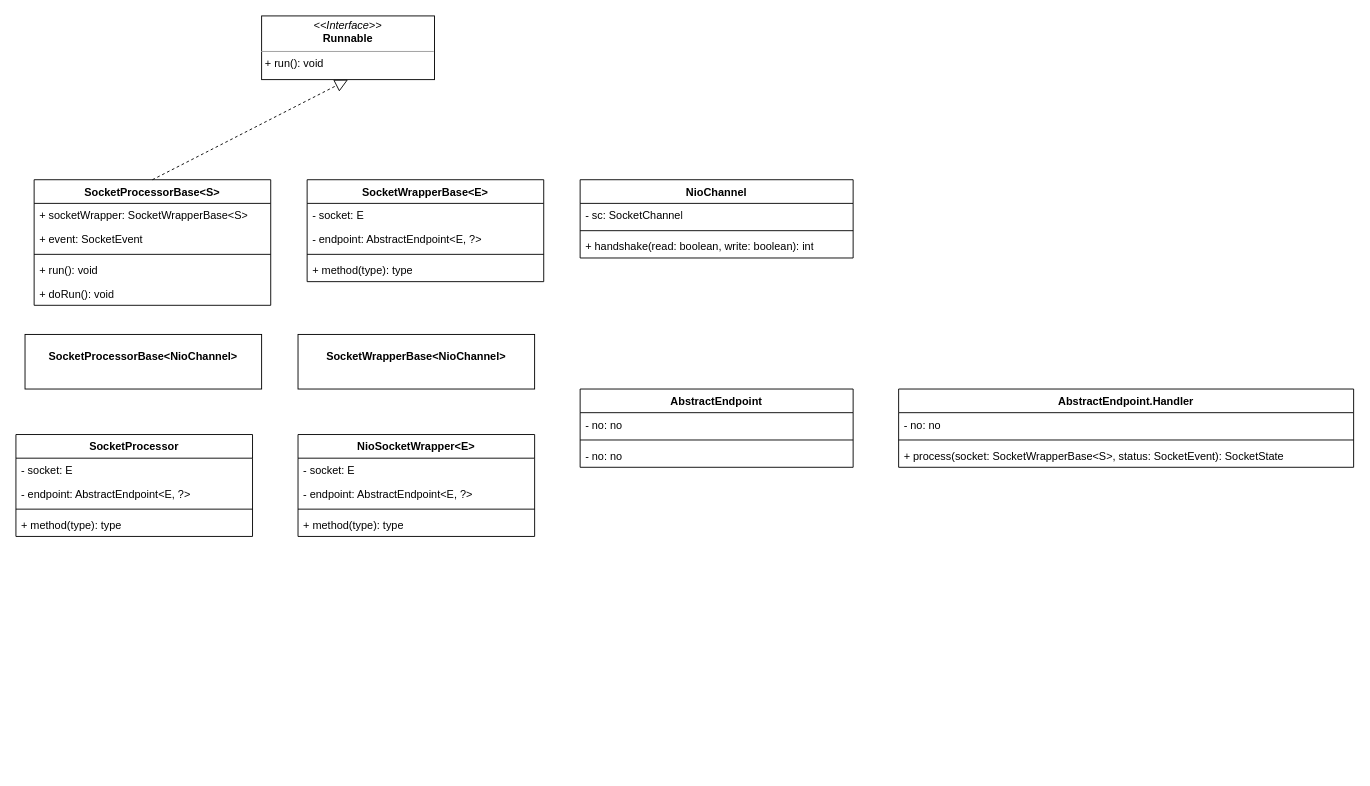
Earlier version of the draw.io diagram tomcat/连接器-类图.drawio (optor666/draw-io-files). Source tidied: cells renumbered, new cells numbered last; positions are measured from the earlier drawing's top-left corner, leaving out a move shared by most shapes. Both pictures are drawn from the tidied source at 91%, with x=0, y=0 at pixel (15, 15).
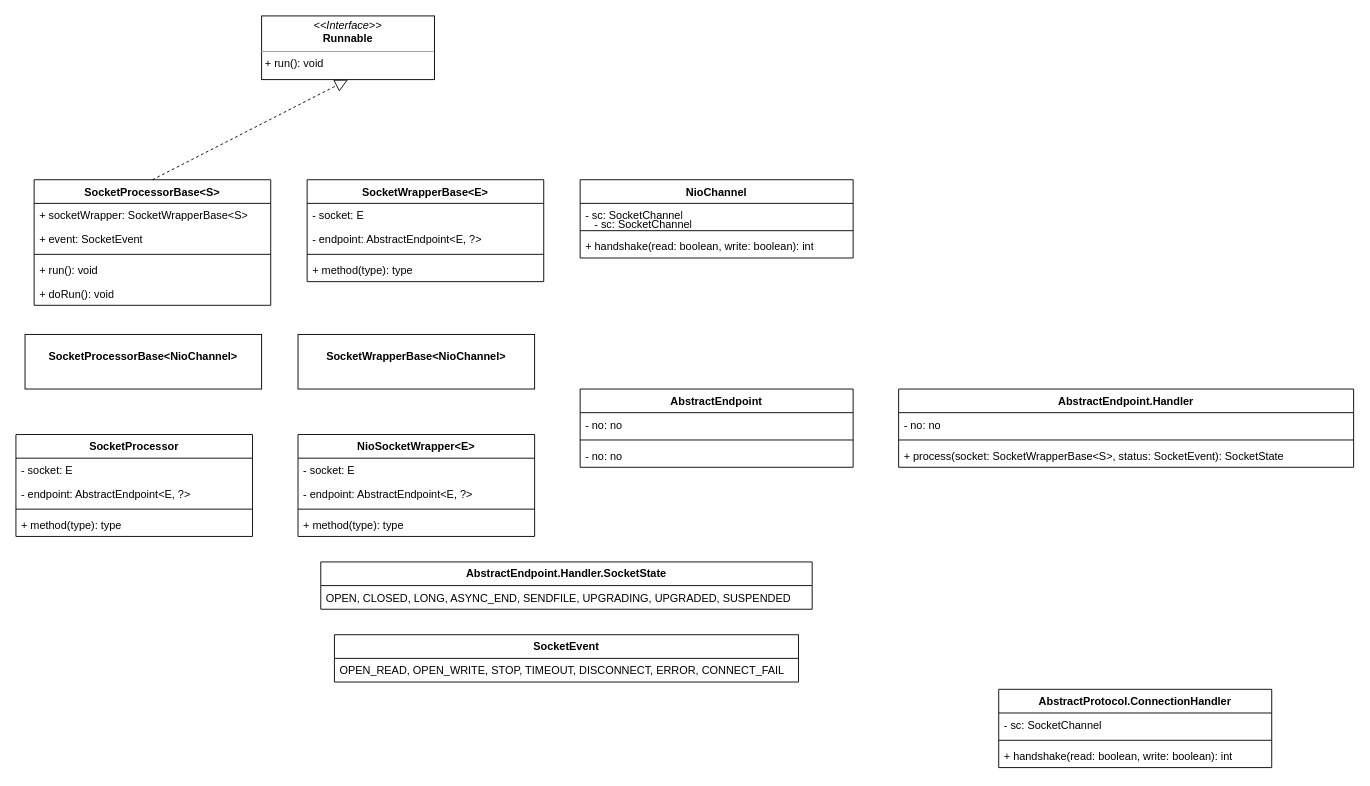
After the change.

Commit message:
更新连接器-类图.drawio

Diff of the diagram source:
```diff
@@
+    <mxCell id="39" value="&lt;b&gt;SocketEvent&lt;/b&gt;" style="swimlane;fontStyle=0;horizontal=1;startSize=26;fillColor=none;whiteSpace=wrap;html=1;" parent="1" vertex="1">
+      <mxGeometry x="350" y="680" width="510" height="52" as="geometry" />
+    </mxCell>
+    <mxCell id="40" value="OPEN_READ, OPEN_WRITE, STOP, TIMEOUT, DISCONNECT, ERROR, CONNECT_FAIL" style="text;strokeColor=none;fillColor=none;align=left;verticalAlign=top;spacingLeft=4;spacingRight=4;overflow=hidden;whiteSpace=wrap;html=1;" parent="39" vertex="1">
+      <mxGeometry y="26" width="510" height="26" as="geometry" />
+    </mxCell>
+    <mxCell id="41" value="&lt;b&gt;AbstractEndpoint.Handler.SocketState&lt;/b&gt;" style="swimlane;fontStyle=0;horizontal=1;startSize=26;fillColor=none;whiteSpace=wrap;html=1;" parent="1" vertex="1">
+      <mxGeometry x="335" y="600" width="540" height="52" as="geometry" />
+    </mxCell>
+    <mxCell id="42" value="&lt;div&gt;OPEN, CLOSED, LONG, ASYNC_END, SENDFILE, UPGRADING, UPGRADED, SUSPENDED&lt;/div&gt;&lt;div&gt;&lt;br&gt;&lt;/div&gt;" style="text;strokeColor=none;fillColor=none;align=left;verticalAlign=top;spacingLeft=4;spacingRight=4;overflow=hidden;whiteSpace=wrap;html=1;" parent="41" vertex="1">
+      <mxGeometry y="26" width="540" height="26" as="geometry" />
+    </mxCell>
+    <mxCell id="43" value="- sc: SocketChannel" style="text;strokeColor=none;fillColor=none;align=left;verticalAlign=top;spacingLeft=4;spacingRight=4;overflow=hidden;whiteSpace=wrap;html=1;" parent="1" vertex="1">
+      <mxGeometry x="630" y="216" width="300" height="26" as="geometry" />
+    </mxCell>
+    <mxCell id="44" value="AbstractProtocol.ConnectionHandler" style="swimlane;fontStyle=1;align=center;verticalAlign=top;horizontal=1;startSize=26;whiteSpace=wrap;html=1;" parent="1" vertex="1">
+      <mxGeometry x="1080" y="740" width="300" height="86" as="geometry" />
+    </mxCell>
+    <mxCell id="45" value="- sc: SocketChannel" style="text;strokeColor=none;fillColor=none;align=left;verticalAlign=top;spacingLeft=4;spacingRight=4;overflow=hidden;whiteSpace=wrap;html=1;" parent="44" vertex="1">
+      <mxGeometry y="26" width="300" height="26" as="geometry" />
+    </mxCell>
+    <mxCell id="46" style="line;strokeWidth=1;fillColor=none;align=left;verticalAlign=middle;spacingTop=-1;spacingLeft=3;spacingRight=3;labelPosition=right;strokeColor=inherit;" parent="44" vertex="1">
+      <mxGeometry y="52" width="300" height="8" as="geometry" />
+    </mxCell>
+    <mxCell id="47" value="+ handshake(read: boolean, write: boolean): int" style="text;strokeColor=none;fillColor=none;align=left;verticalAlign=top;spacingLeft=4;spacingRight=4;overflow=hidden;whiteSpace=wrap;html=1;" parent="44" vertex="1">
+      <mxGeometry y="60" width="300" height="26" as="geometry" />
+    </mxCell>
```
